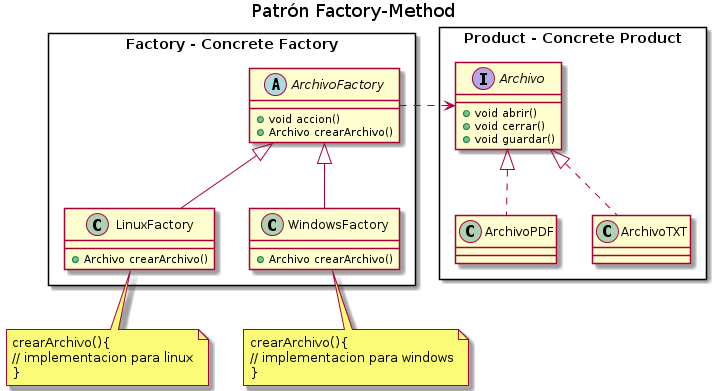
Before: practica/patrones-de-diseño/diagramas-de-clases/archivo-factory.png, a diagram exported from PlantUML (manu-utn/bitacora-diseno-de-sistemas).
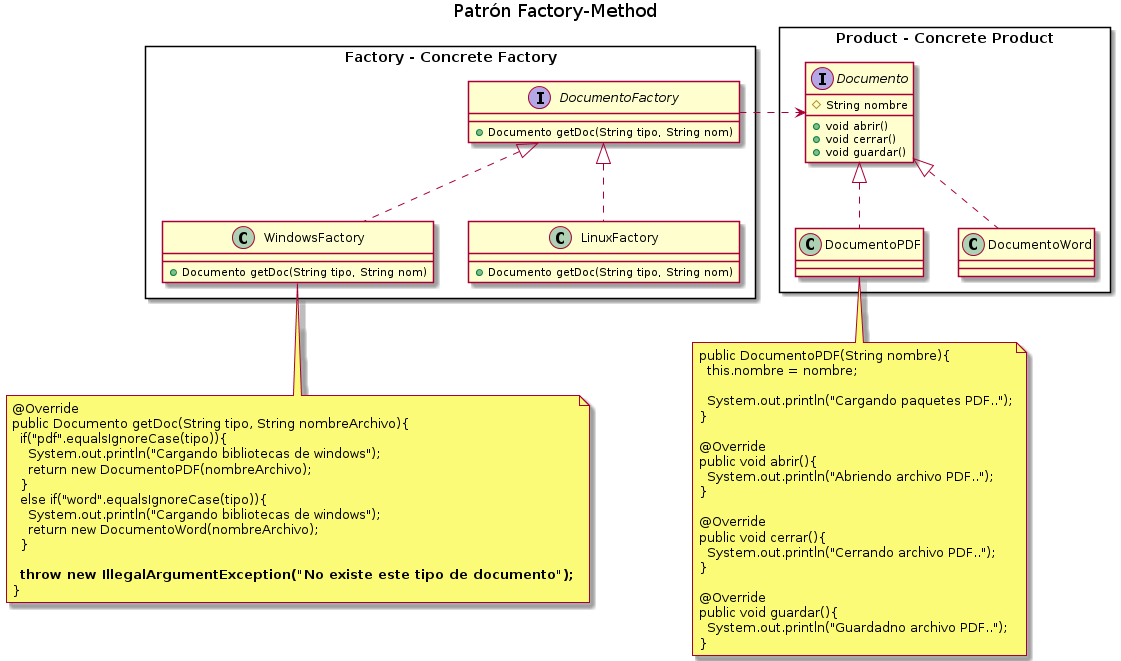
The same diagram one commit later.

Diff of the diagram source:
```diff
@@ -3,55 +3,79 @@
 
 
 rectangle "Product - Concrete Product" as A{
-    interface Archivo{
+    interface Documento{
+        #String nombre
         +void abrir()
         +void cerrar()
         +void guardar()
     }
 
-    class ArchivoPDF
-    class ArchivoTXT
+    class DocumentoPDF
+    class DocumentoWord
 }
 
 
 rectangle "Factory - Concrete Factory" as B{
-    abstract class ArchivoFactory{
-        +void accion()
-        +Archivo crearArchivo()
+    interface DocumentoFactory{
+        +Documento getDoc(String tipo, String nom)
     }
 
     class WindowsFactory{
-        +Archivo crearArchivo()
+       +Documento getDoc(String tipo, String nom)
     }
 
     class LinuxFactory{
-        +Archivo crearArchivo()
+        +Documento getDoc(String tipo, String nom)
     }
 }
 
 
-ArchivoPDF .u.|> Archivo
-ArchivoTXT .u.|> Archivo
+DocumentoPDF .u.|> Documento
+DocumentoWord .u.|> Documento
 
-WindowsFactory  -u-|> ArchivoFactory
-LinuxFactory    -u-|> ArchivoFactory
+WindowsFactory  .u.|> DocumentoFactory
+LinuxFactory    .u.|> DocumentoFactory
 
-ArchivoFactory  .r.> Archivo
+DocumentoFactory  .r.> Documento
 
 
-note as N1
-crearArchivo(){
-// implementacion para windows
-}
+note bottom of DocumentoPDF
+  public DocumentoPDF(String nombre){
+    this.nombre = nombre;
+
+    System.out.println("Cargando paquetes PDF..");
+  }
+
+  @Override
+  public void abrir(){
+    System.out.println("Abriendo archivo PDF..");
+  }
+
+  @Override
+  public void cerrar(){
+    System.out.println("Cerrando archivo PDF..");
+  }
+
+  @Override
+  public void guardar(){
+    System.out.println("Guardadno archivo PDF..");
+  }
 end note
 
-note as N2
-crearArchivo(){
-// implementacion para linux
-}
+note bottom of WindowsFactory
+  @Override
+  public Documento getDoc(String tipo, String nombreArchivo){
+    if("pdf".equalsIgnoreCase(tipo)){
+      System.out.println("Cargando bibliotecas de windows");
+      return new DocumentoPDF(nombreArchivo);
+    }
+    else if("word".equalsIgnoreCase(tipo)){
+      System.out.println("Cargando bibliotecas de windows");
+      return new DocumentoWord(nombreArchivo);
+    }
+
+    **throw new IllegalArgumentException("No existe este tipo de documento");**
+  }
 end note
 
-N1 .u. WindowsFactory
-N2 .u. LinuxFactory
-
 @enduml
```
